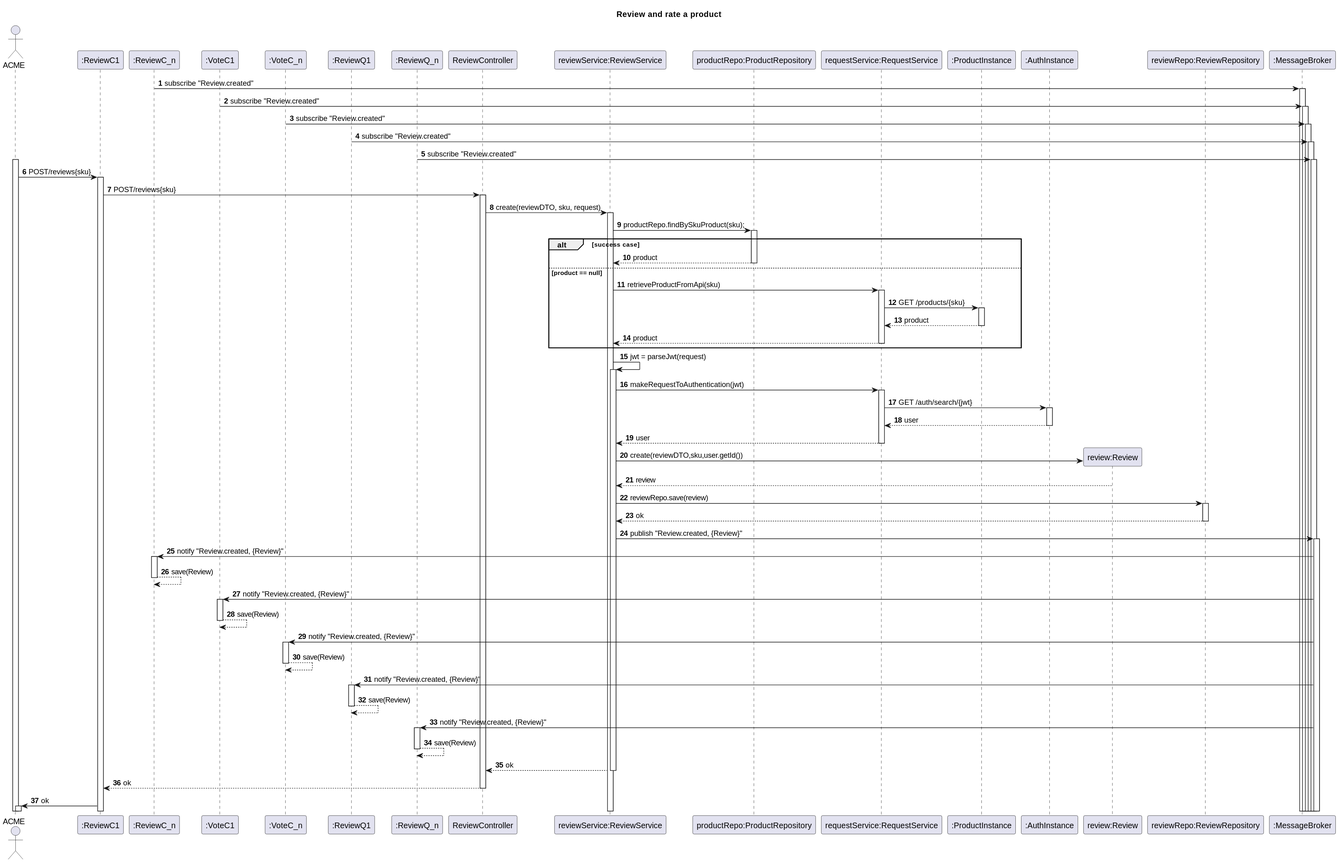
TiagoNora/SIDIS-Docs keeps this PlantUML diagram as Docs/US04-SD.svg. Above is the earlier version.
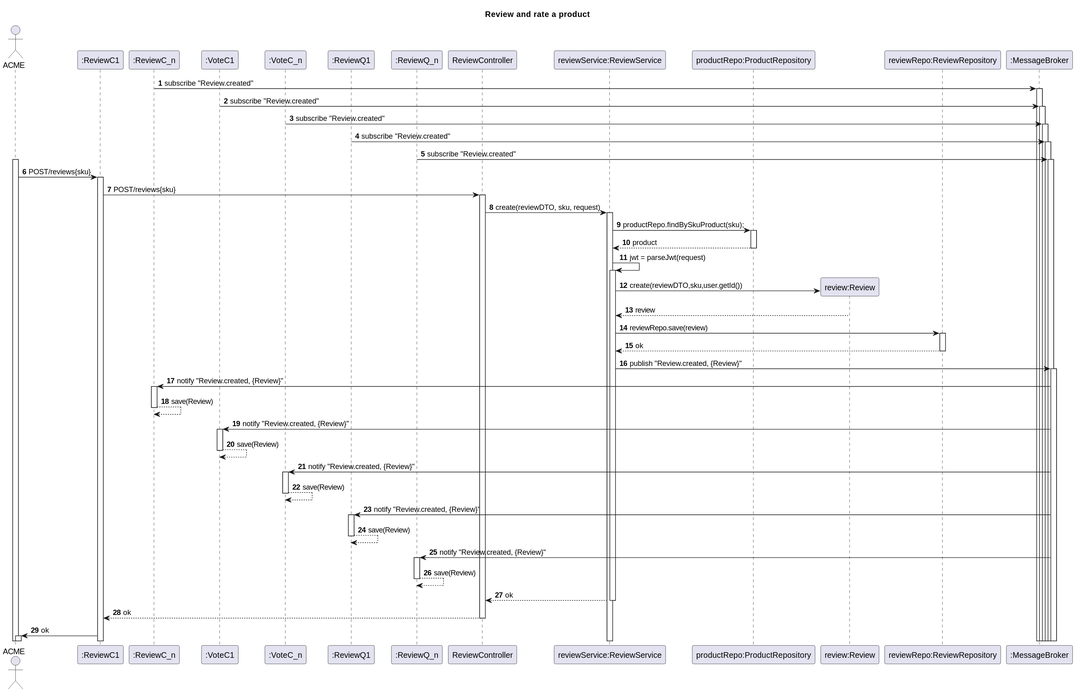
The same diagram one commit later.

What changed in the source:
```diff
@@ -15,9 +15,6 @@
 participant "ReviewController" as Ctrl
 participant "reviewService:ReviewService" as Svc
 participant "productRepo:ProductRepository" as repository
-participant "requestService:RequestService" as request
-participant ":ProductInstance" as instance
-participant ":AuthInstance" as instanceAuth
 participant "review:Review" as review
 participant "reviewRepo:ReviewRepository" as Repo
 
@@ -37,19 +34,12 @@
 
 Ctrl -> Svc : create(reviewDTO, sku, request)
 Svc -> repository : productRepo.findBySkuProduct(sku);
-alt success case
 repository --> Svc : product
-else product == null
-Svc -> request:retrieveProductFromApi(sku)
-request -> instance: GET /products/{sku}
-instance --> request: product
-request --> Svc: product
-end
+
 Svc -> Svc: jwt = parseJwt(request)
-Svc -> request: makeRequestToAuthentication(jwt)
-request -> instanceAuth: GET /auth/search/{jwt}
-instanceAuth --> request: user
-request --> Svc: user
+
+
+
 Svc -> review** : create(reviewDTO,sku,user.getId())
 review --> Svc :  review
 Svc -> Repo : reviewRepo.save(review)
```
